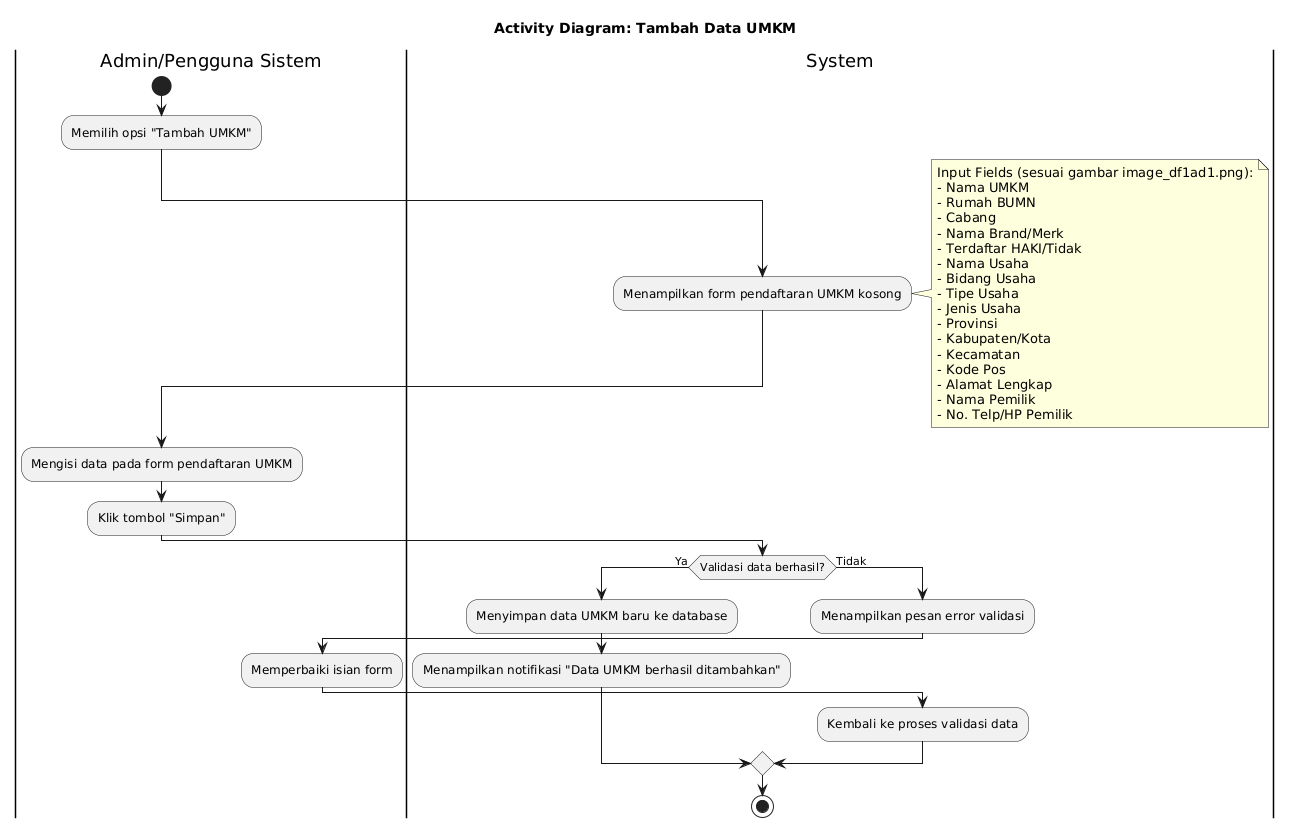
This is activity diagram/kelola umkm/buat data umkm/buat data umkm.png from Mrmgnt/diagram-kp, a PlantUML export, as it was before one commit. Source of this version:
```plantuml
@startuml
title Activity Diagram: Tambah Data UMKM

|Admin/Pengguna Sistem|
start
:Memilih opsi "Tambah UMKM";

|System|
:Menampilkan form pendaftaran UMKM kosong;
note right
    Input Fields (sesuai gambar image_df1ad1.png):
    - Nama UMKM
    - Rumah BUMN
    - Cabang
    - Nama Brand/Merk
    - Terdaftar HAKI/Tidak
    - Nama Usaha
    - Bidang Usaha
    - Tipe Usaha
    - Jenis Usaha
    - Provinsi
    - Kabupaten/Kota
    - Kecamatan
    - Kode Pos
    - Alamat Lengkap
    - Nama Pemilik
    - No. Telp/HP Pemilik
end note

|Admin/Pengguna Sistem|
:Mengisi data pada form pendaftaran UMKM;
:Klik tombol "Simpan";

|System|
if (Validasi data berhasil?) then (Ya)
    :Menyimpan data UMKM baru ke database;
    :Menampilkan notifikasi "Data UMKM berhasil ditambahkan";
else (Tidak)
    :Menampilkan pesan error validasi;
    |Admin/Pengguna Sistem|
    :Memperbaiki isian form;
    |System|
    :Kembali ke proses validasi data;
endif
stop
@enduml
```
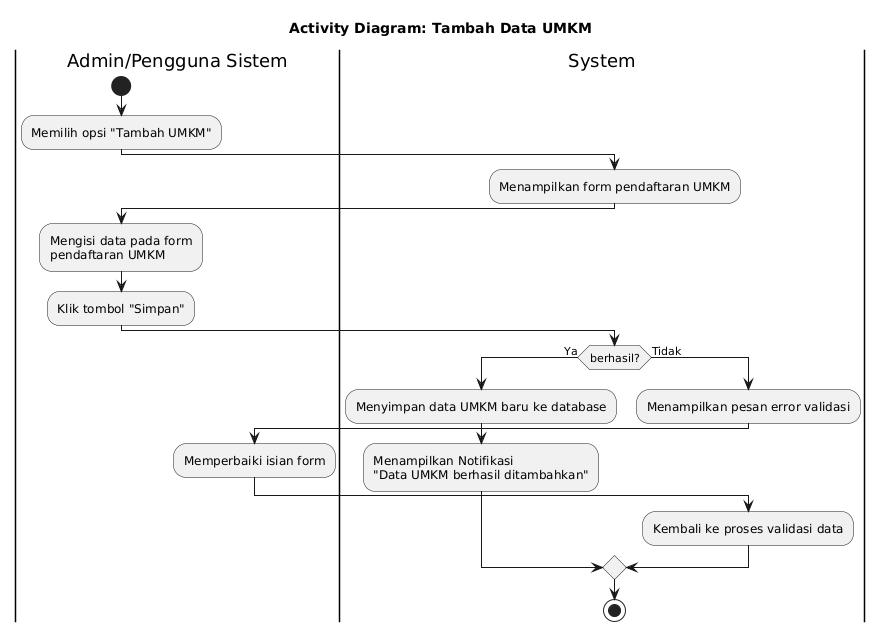
Above is the later version.

What changed in the source:
```diff
@@ -6,35 +6,17 @@
 :Memilih opsi "Tambah UMKM";
 
 |System|
-:Menampilkan form pendaftaran UMKM kosong;
-note right
-    Input Fields (sesuai gambar image_df1ad1.png):
-    - Nama UMKM
-    - Rumah BUMN
-    - Cabang
-    - Nama Brand/Merk
-    - Terdaftar HAKI/Tidak
-    - Nama Usaha
-    - Bidang Usaha
-    - Tipe Usaha
-    - Jenis Usaha
-    - Provinsi
-    - Kabupaten/Kota
-    - Kecamatan
-    - Kode Pos
-    - Alamat Lengkap
-    - Nama Pemilik
-    - No. Telp/HP Pemilik
-end note
-
+:Menampilkan form pendaftaran UMKM;
 |Admin/Pengguna Sistem|
-:Mengisi data pada form pendaftaran UMKM;
+:Mengisi data pada form
+pendaftaran UMKM;
 :Klik tombol "Simpan";
 
 |System|
-if (Validasi data berhasil?) then (Ya)
+if (berhasil?) then (Ya)
     :Menyimpan data UMKM baru ke database;
-    :Menampilkan notifikasi "Data UMKM berhasil ditambahkan";
+    :Menampilkan Notifikasi
+    "Data UMKM berhasil ditambahkan";
 else (Tidak)
     :Menampilkan pesan error validasi;
     |Admin/Pengguna Sistem|
@@ -42,5 +24,6 @@
     |System|
     :Kembali ke proses validasi data;
 endif
+
 stop
 @enduml
```
